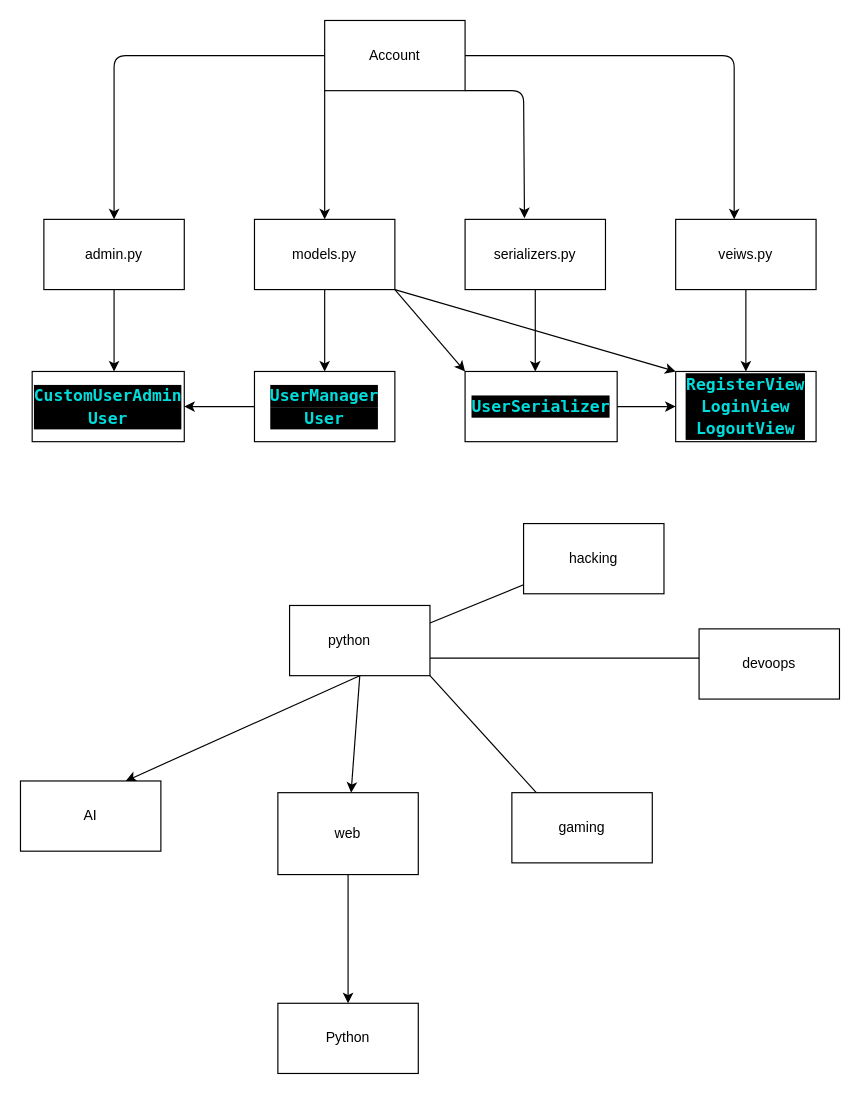
UPTUZOVER/Ecommerce-full-django keeps this draw.io diagram as Account.drawio. Above is the earlier version. Source tidied: cells renumbered, new cells numbered last; positions are measured from the earlier drawing's top-left corner, leaving out a move shared by most shapes. Both pictures are drawn from the tidied source at 117%, with x=0, y=0 at pixel (20, 20).
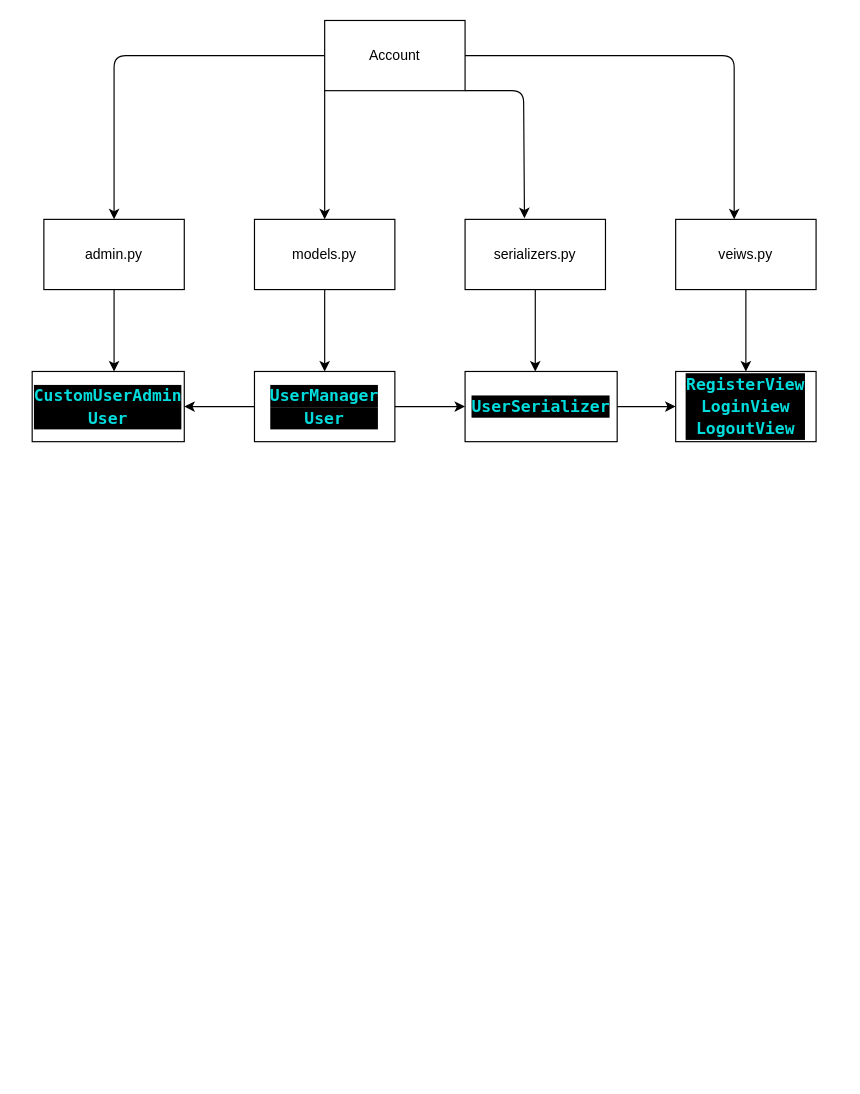
After the change.

The change refers to these unchanged cells:
```xml
<mxCell id="12" value="models.py" style="whiteSpace=wrap;html=1;" parent="1" vertex="1">
  <mxGeometry x="200" y="170" width="120" height="60" as="geometry" />
</mxCell>
<mxCell id="20" value="&lt;div style=&quot;color: rgb(200, 200, 200); background-color: rgb(0, 0, 0); font-family: &amp;quot;Droid Sans Mono&amp;quot;, &amp;quot;monospace&amp;quot;, monospace; font-size: 14px; line-height: 19px;&quot;&gt;&lt;span style=&quot;color: #00dcdc;font-weight: bold;&quot;&gt;UserManager&lt;/span&gt;&lt;/div&gt;&lt;div style=&quot;color: rgb(200, 200, 200); background-color: rgb(0, 0, 0); font-family: &amp;quot;Droid Sans Mono&amp;quot;, &amp;quot;monospace&amp;quot;, monospace; font-size: 14px; line-height: 19px;&quot;&gt;&lt;span style=&quot;color: #00dcdc;font-weight: bold;&quot;&gt;User&lt;/span&gt;&lt;/div&gt;" style="whiteSpace=wrap;html=1;" parent="1" vertex="1">
  <mxGeometry x="200" y="300" width="120" height="60" as="geometry" />
</mxCell>
<mxCell id="22" value="&lt;div style=&quot;color: rgb(200, 200, 200); background-color: rgb(0, 0, 0); font-family: &amp;quot;Droid Sans Mono&amp;quot;, &amp;quot;monospace&amp;quot;, monospace; font-size: 14px; line-height: 19px;&quot;&gt;&lt;span style=&quot;color: #00dcdc;font-weight: bold;&quot;&gt;UserSerializer&lt;/span&gt;&lt;/div&gt;" style="whiteSpace=wrap;html=1;" parent="1" vertex="1">
  <mxGeometry x="380" y="300" width="130" height="60" as="geometry" />
</mxCell>
<mxCell id="23" value="&lt;div style=&quot;color: rgb(200, 200, 200); background-color: rgb(0, 0, 0); font-family: &amp;quot;Droid Sans Mono&amp;quot;, &amp;quot;monospace&amp;quot;, monospace; font-weight: normal; font-size: 14px; line-height: 19px;&quot;&gt;&lt;div&gt;&lt;span style=&quot;color: #00dcdc;font-weight: bold;&quot;&gt;RegisterView&lt;/span&gt;&lt;/div&gt;&lt;div&gt;&lt;div style=&quot;line-height: 19px;&quot;&gt;&lt;span style=&quot;color: #00dcdc;font-weight: bold;&quot;&gt;LoginView&lt;/span&gt;&lt;/div&gt;&lt;/div&gt;&lt;div style=&quot;line-height: 19px;&quot;&gt;&lt;div style=&quot;line-height: 19px;&quot;&gt;&lt;span style=&quot;color: #00dcdc;font-weight: bold;&quot;&gt;LogoutView&lt;/span&gt;&lt;/div&gt;&lt;/div&gt;&lt;/div&gt;" style="whiteSpace=wrap;html=1;" parent="1" vertex="1">
  <mxGeometry x="560" y="300" width="120" height="60" as="geometry" />
</mxCell>
```

Change to the diagram source:
```diff
@@
-    <mxCell id="10" style="edgeStyle=none;html=1;exitX=1;exitY=1;exitDx=0;exitDy=0;entryX=0;entryY=0;entryDx=0;entryDy=0;" parent="1" edge="1" source="12" target="22">
-      <mxGeometry relative="1" as="geometry" />
-    </mxCell>
-    <mxCell id="11" style="edgeStyle=none;html=1;exitX=1;exitY=1;exitDx=0;exitDy=0;entryX=0;entryY=0;entryDx=0;entryDy=0;" parent="1" edge="1" source="12" target="23">
-      <mxGeometry relative="1" as="geometry" />
-    </mxCell>
@@
+    <mxCell id="37" style="edgeStyle=none;html=1;exitX=1;exitY=0.5;exitDx=0;exitDy=0;entryX=0;entryY=0.5;entryDx=0;entryDy=0;" parent="1" edge="1" source="20" target="22">
+      <mxGeometry relative="1" as="geometry" />
+    </mxCell>
@@
-    <mxCell id="24" style="edgeStyle=none;html=1;exitX=0.5;exitY=1;exitDx=0;exitDy=0;entryX=0.5;entryY=0;entryDx=0;entryDy=0;" parent="1" edge="1" source="29">
-      <mxGeometry relative="1" as="geometry">
-        <mxPoint x="90" y="650" as="targetPoint" />
-      </mxGeometry>
-    </mxCell>
-    <mxCell id="25" style="edgeStyle=none;html=1;exitX=0.5;exitY=1;exitDx=0;exitDy=0;" parent="1" edge="1" source="29" target="31">
-      <mxGeometry relative="1" as="geometry" />
-    </mxCell>
-    <mxCell id="26" style="edgeStyle=none;html=1;exitX=1;exitY=1;exitDx=0;exitDy=0;" parent="1" edge="1" source="29">
-      <mxGeometry relative="1" as="geometry">
-        <mxPoint x="450" y="670" as="targetPoint" />
-      </mxGeometry>
-    </mxCell>
-    <mxCell id="27" style="edgeStyle=none;html=1;exitX=1;exitY=0.75;exitDx=0;exitDy=0;" parent="1" edge="1" source="29">
-      <mxGeometry relative="1" as="geometry">
-        <mxPoint x="600" y="545" as="targetPoint" />
-      </mxGeometry>
-    </mxCell>
-    <mxCell id="28" style="edgeStyle=none;html=1;exitX=1;exitY=0.25;exitDx=0;exitDy=0;" parent="1" edge="1" source="29">
-      <mxGeometry relative="1" as="geometry">
-        <mxPoint x="460" y="470" as="targetPoint" />
-      </mxGeometry>
-    </mxCell>
-    <mxCell id="29" value="python&lt;span style=&quot;white-space: pre;&quot;&gt;&#9;&lt;/span&gt;" style="whiteSpace=wrap;html=1;" parent="1" vertex="1">
-      <mxGeometry x="230" y="500" width="120" height="60" as="geometry" />
-    </mxCell>
-    <mxCell id="30" style="edgeStyle=none;html=1;exitX=0.5;exitY=1;exitDx=0;exitDy=0;entryX=0.5;entryY=0;entryDx=0;entryDy=0;" parent="1" edge="1" source="31" target="36">
-      <mxGeometry relative="1" as="geometry" />
-    </mxCell>
-    <mxCell id="31" value="web" style="whiteSpace=wrap;html=1;" parent="1" vertex="1">
-      <mxGeometry x="220" y="660" width="120" height="70" as="geometry" />
-    </mxCell>
-    <mxCell id="32" value="AI" style="whiteSpace=wrap;html=1;" parent="1" vertex="1">
-      <mxGeometry y="650" width="120" height="60" as="geometry" />
-    </mxCell>
-    <mxCell id="33" value="gaming" style="whiteSpace=wrap;html=1;" parent="1" vertex="1">
-      <mxGeometry x="420" y="660" width="120" height="60" as="geometry" />
-    </mxCell>
-    <mxCell id="34" value="devoops" style="whiteSpace=wrap;html=1;" parent="1" vertex="1">
-      <mxGeometry x="580" y="520" width="120" height="60" as="geometry" />
-    </mxCell>
-    <mxCell id="35" value="hacking" style="whiteSpace=wrap;html=1;" parent="1" vertex="1">
-      <mxGeometry x="430" y="430" width="120" height="60" as="geometry" />
-    </mxCell>
-    <mxCell id="36" value="Python" style="whiteSpace=wrap;html=1;" parent="1" vertex="1">
-      <mxGeometry x="220" y="840" width="120" height="60" as="geometry" />
-    </mxCell>
```
